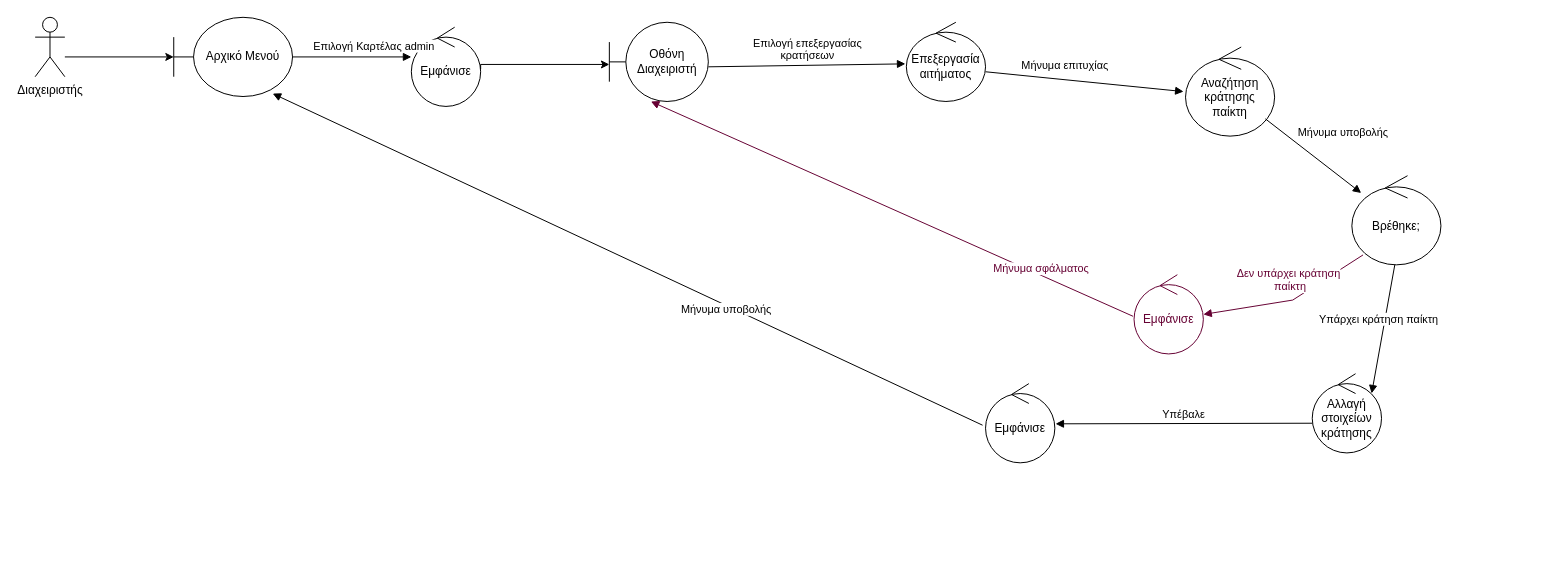
Pspetz/Organthlon keeps this draw.io diagram as spetz/paradoteo4/admin_edit_reservation.drawio. Above is the earlier version. Source tidied: cells renumbered, new cells numbered last; positions are measured from the earlier drawing's top-left corner, leaving out a move shared by most shapes. Both pictures are drawn from the tidied source at 99%, with x=0, y=0 at pixel (35, 17).
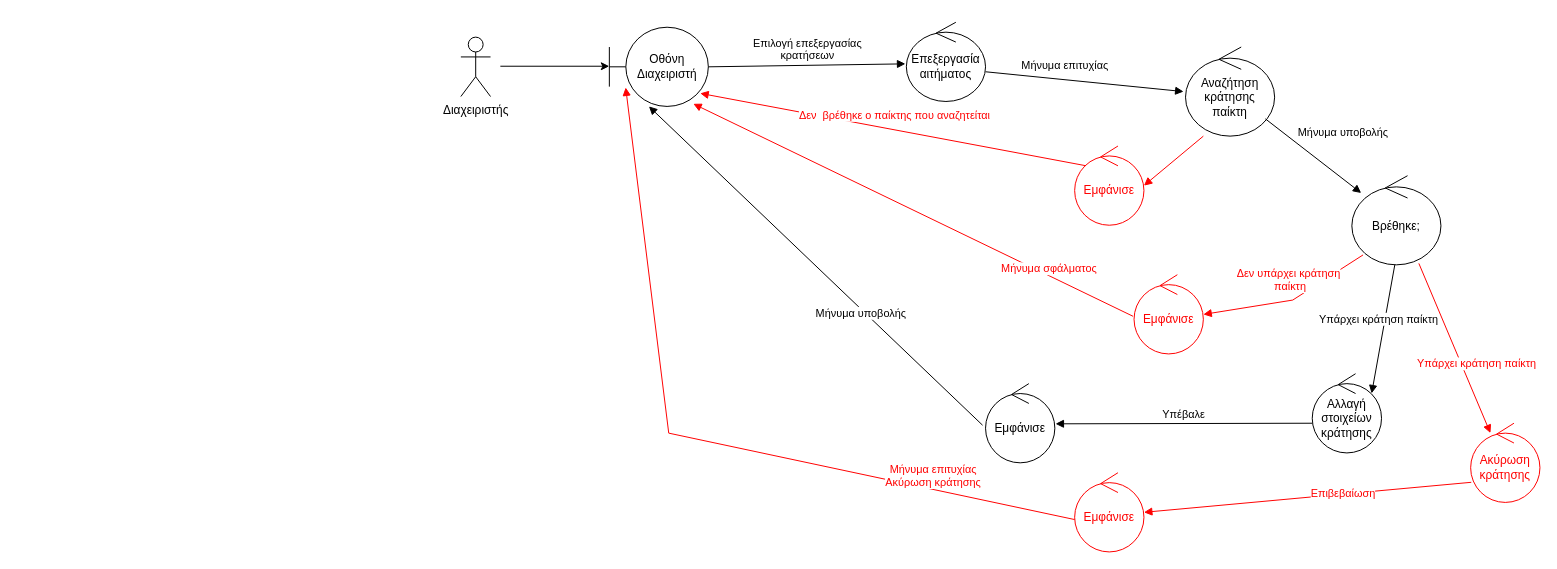
Above is the later version.

The change refers to these unchanged cells:
```xml
<mxCell id="12" value="Βρέθηκε;" style="ellipse;shape=umlControl;whiteSpace=wrap;html=1;rotation=0;" parent="1" vertex="1">
  <mxGeometry x="1330" y="160" width="90" height="90" as="geometry" />
</mxCell>
<mxCell id="23" value="Εμφάνισε" style="ellipse;shape=umlControl;whiteSpace=wrap;html=1;" parent="1" vertex="1">
  <mxGeometry x="960" y="370" width="70" height="80" as="geometry" />
</mxCell>
```

Diff of the diagram source:
```diff
@@
     <mxCell id="2" value="Διαχειριστής" style="shape=umlActor;verticalLabelPosition=bottom;verticalAlign=top;html=1;" parent="1" vertex="1">
-      <mxGeometry width="30" height="60" as="geometry" />
+      <mxGeometry x="430" y="20" width="30" height="60" as="geometry" />
     </mxCell>
-    <mxCell id="3" value="Αρχικό Μενού" style="shape=umlBoundary;whiteSpace=wrap;html=1;" parent="1" vertex="1">
-      <mxGeometry x="140" width="120" height="80" as="geometry" />
-    </mxCell>
-    <mxCell id="4" value="Εμφάνισε" style="ellipse;shape=umlControl;whiteSpace=wrap;html=1;" parent="1" vertex="1">
-      <mxGeometry x="380" y="10" width="70" height="80" as="geometry" />
-    </mxCell>
-    <mxCell id="5" value="Επιλογή Καρτέλας admin" style="html=1;verticalAlign=bottom;endArrow=block;rounded=0;exitX=1;exitY=0.5;exitDx=0;exitDy=0;exitPerimeter=0;entryX=0;entryY=0.375;entryDx=0;entryDy=0;entryPerimeter=0;" parent="1" edge="1" source="3" target="4">
-      <mxGeometry x="0.37" y="3" relative="1" as="geometry">
-        <mxPoint y="1" as="offset" />
-      </mxGeometry>
-    </mxCell>
     <mxCell id="6" style="edgeStyle=orthogonalEdgeStyle;rounded=0;orthogonalLoop=1;jettySize=auto;html=1;exitX=0.5;exitY=0.5;exitDx=0;exitDy=0;exitPerimeter=0;" parent="1" edge="1">
       <mxGeometry relative="1" as="geometry">
-        <mxPoint x="30" y="40" as="sourcePoint" />
-        <mxPoint x="140" y="40" as="targetPoint" />
+        <mxPoint x="469.9" y="49.4" as="sourcePoint" />
+        <mxPoint x="579.9" y="49.4" as="targetPoint" />
         <Array as="points">
-          <mxPoint x="140" y="40" />
+          <mxPoint x="579.9" y="49.5" />
         </Array>
       </mxGeometry>
     </mxCell>
-    <mxCell id="7" style="edgeStyle=orthogonalEdgeStyle;rounded=0;orthogonalLoop=1;jettySize=auto;html=1;" parent="1" edge="1">
-      <mxGeometry relative="1" as="geometry">
-        <mxPoint x="450" y="52.4" as="sourcePoint" />
-        <mxPoint x="580" y="47.6" as="targetPoint" />
-        <Array as="points">
-          <mxPoint x="450" y="47.6" />
-        </Array>
-      </mxGeometry>
-    </mxCell>
     <mxCell id="8" value="Οθόνη Διαχειριστή" style="shape=umlBoundary;whiteSpace=wrap;html=1;" parent="1" vertex="1">
-      <mxGeometry x="580" y="5" width="100" height="80" as="geometry" />
+      <mxGeometry x="580" y="10" width="100" height="80" as="geometry" />
     </mxCell>
@@
-    <mxCell id="17" value="Δεν υπάρχει κράτηση&lt;br&gt;&amp;nbsp;παίκτη" style="html=1;verticalAlign=bottom;endArrow=block;rounded=0;fontColor=#660033;strokeColor=#660033;exitX=0.011;exitY=0.715;exitDx=0;exitDy=0;exitPerimeter=0;" parent="1" edge="1">
+    <mxCell id="17" value="Δεν υπάρχει κράτηση&lt;br&gt;&amp;nbsp;παίκτη" style="html=1;verticalAlign=bottom;endArrow=block;rounded=0;fontColor=#FF0000;strokeColor=#FF0000;exitX=0.011;exitY=0.715;exitDx=0;exitDy=0;exitPerimeter=0;" parent="1" edge="1">
       <mxGeometry y="-5" relative="1" as="geometry">
         <mxPoint x="1341.3" y="240" as="sourcePoint" />
         <mxPoint x="1180" y="300.1" as="targetPoint" />
         <Array as="points">
           <mxPoint x="1270.3" y="285.6" />
         </Array>
       </mxGeometry>
     </mxCell>
-    <mxCell id="18" value="Εμφάνισε" style="ellipse;shape=umlControl;whiteSpace=wrap;html=1;strokeColor=#660033;fontColor=#660033;" parent="1" vertex="1">
+    <mxCell id="18" value="Εμφάνισε" style="ellipse;shape=umlControl;whiteSpace=wrap;html=1;strokeColor=#FF0000;fontColor=#FF0000;" parent="1" vertex="1">
       <mxGeometry x="1110" y="260" width="70" height="80" as="geometry" />
     </mxCell>
-    <mxCell id="19" value="Μήνυμα σφάλματος&lt;br&gt;" style="html=1;verticalAlign=bottom;endArrow=block;rounded=0;fontColor=#660033;strokeColor=#660033;exitX=-0.014;exitY=0.525;exitDx=0;exitDy=0;exitPerimeter=0;entryX=0.42;entryY=1;entryDx=0;entryDy=0;entryPerimeter=0;" parent="1" edge="1" source="18" target="8">
+    <mxCell id="19" value="Μήνυμα σφάλματος&lt;br&gt;" style="html=1;verticalAlign=bottom;endArrow=block;rounded=0;fontColor=#FF0000;strokeColor=#FF0000;exitX=-0.014;exitY=0.525;exitDx=0;exitDy=0;exitPerimeter=0;entryX=0.848;entryY=0.967;entryDx=0;entryDy=0;entryPerimeter=0;" parent="1" edge="1" source="18" target="8">
       <mxGeometry x="-0.62" y="2" relative="1" as="geometry" />
     </mxCell>
@@
-    <mxCell id="24" style="html=1;verticalAlign=bottom;endArrow=block;rounded=0;exitX=-0.043;exitY=0.525;exitDx=0;exitDy=0;exitPerimeter=0;entryX=0.833;entryY=0.963;entryDx=0;entryDy=0;entryPerimeter=0;" parent="1" edge="1" source="23" target="3">
+    <mxCell id="24" style="html=1;verticalAlign=bottom;endArrow=block;rounded=0;exitX=-0.043;exitY=0.525;exitDx=0;exitDy=0;exitPerimeter=0;entryX=0.4;entryY=1;entryDx=0;entryDy=0;entryPerimeter=0;" parent="1" edge="1" source="23" target="8">
       <mxGeometry x="0.06" y="-3" relative="1" as="geometry" />
     </mxCell>
@@
+    <mxCell id="26" value="Υπάρχει κράτηση παίκτη" style="html=1;verticalAlign=bottom;endArrow=block;rounded=0;exitX=0.752;exitY=0.984;exitDx=0;exitDy=0;exitPerimeter=0;strokeColor=#FF0000;fontColor=#FF0000;" parent="1" edge="1" source="12">
+      <mxGeometry x="0.34" y="11" relative="1" as="geometry">
+        <mxPoint x="1470" y="420" as="targetPoint" />
+      </mxGeometry>
+    </mxCell>
+    <mxCell id="27" value="Ακύρωση κράτησης" style="ellipse;shape=umlControl;whiteSpace=wrap;html=1;fontColor=#FF0000;strokeColor=#FF0000;" parent="1" vertex="1">
+      <mxGeometry x="1450" y="410" width="70" height="80" as="geometry" />
+    </mxCell>
+    <mxCell id="28" value="Επιβεβαίωση" style="html=1;verticalAlign=bottom;endArrow=block;rounded=0;exitX=0.009;exitY=0.746;exitDx=0;exitDy=0;exitPerimeter=0;strokeColor=#FF0000;fontColor=#FF0000;" parent="1" edge="1" source="27">
+      <mxGeometry x="-0.21" y="8" relative="1" as="geometry">
+        <mxPoint x="1120" y="500" as="targetPoint" />
+      </mxGeometry>
+    </mxCell>
+    <mxCell id="29" value="Εμφάνισε" style="ellipse;shape=umlControl;whiteSpace=wrap;html=1;strokeColor=#FF0000;fontColor=#FF0000;" parent="1" vertex="1">
+      <mxGeometry x="1050" y="460" width="70" height="80" as="geometry" />
+    </mxCell>
+    <mxCell id="30" value="Μήνυμα επιτυχίας&lt;br&gt;Ακύρωση κράτησης" style="html=1;verticalAlign=bottom;endArrow=block;rounded=0;fontColor=#FF0000;strokeColor=#FF0000;exitX=-0.014;exitY=0.525;exitDx=0;exitDy=0;exitPerimeter=0;entryX=0.165;entryY=0.761;entryDx=0;entryDy=0;entryPerimeter=0;" parent="1" edge="1" target="8">
+      <mxGeometry x="-0.62" y="2" relative="1" as="geometry">
+        <mxPoint x="1050" y="507.3" as="sourcePoint" />
+        <Array as="points">
+          <mxPoint x="640" y="420" />
+        </Array>
+      </mxGeometry>
+    </mxCell>
+    <mxCell id="31" style="html=1;verticalAlign=bottom;endArrow=block;rounded=0;fontColor=#FF0000;strokeColor=#FF0000;exitX=0.011;exitY=0.715;exitDx=0;exitDy=0;exitPerimeter=0;" parent="1" edge="1">
+      <mxGeometry y="-5" relative="1" as="geometry">
+        <mxPoint x="1180" y="120" as="sourcePoint" />
+        <mxPoint x="1120" y="170" as="targetPoint" />
+      </mxGeometry>
+    </mxCell>
+    <mxCell id="32" value="Εμφάνισε" style="ellipse;shape=umlControl;whiteSpace=wrap;html=1;strokeColor=#FF0000;fontColor=#FF0000;" parent="1" vertex="1">
+      <mxGeometry x="1050" y="130" width="70" height="80" as="geometry" />
+    </mxCell>
+    <mxCell id="33" value="Δεν&amp;nbsp; βρέθηκε ο παίκτης που αναζητείται" style="html=1;verticalAlign=bottom;endArrow=block;rounded=0;fontColor=#FF0000;strokeColor=#FF0000;exitX=0.011;exitY=0.715;exitDx=0;exitDy=0;exitPerimeter=0;entryX=0.918;entryY=0.835;entryDx=0;entryDy=0;entryPerimeter=0;" parent="1" edge="1" target="8">
+      <mxGeometry y="-5" relative="1" as="geometry">
+        <mxPoint x="1061.3" y="149.9" as="sourcePoint" />
+      </mxGeometry>
+    </mxCell>
```
